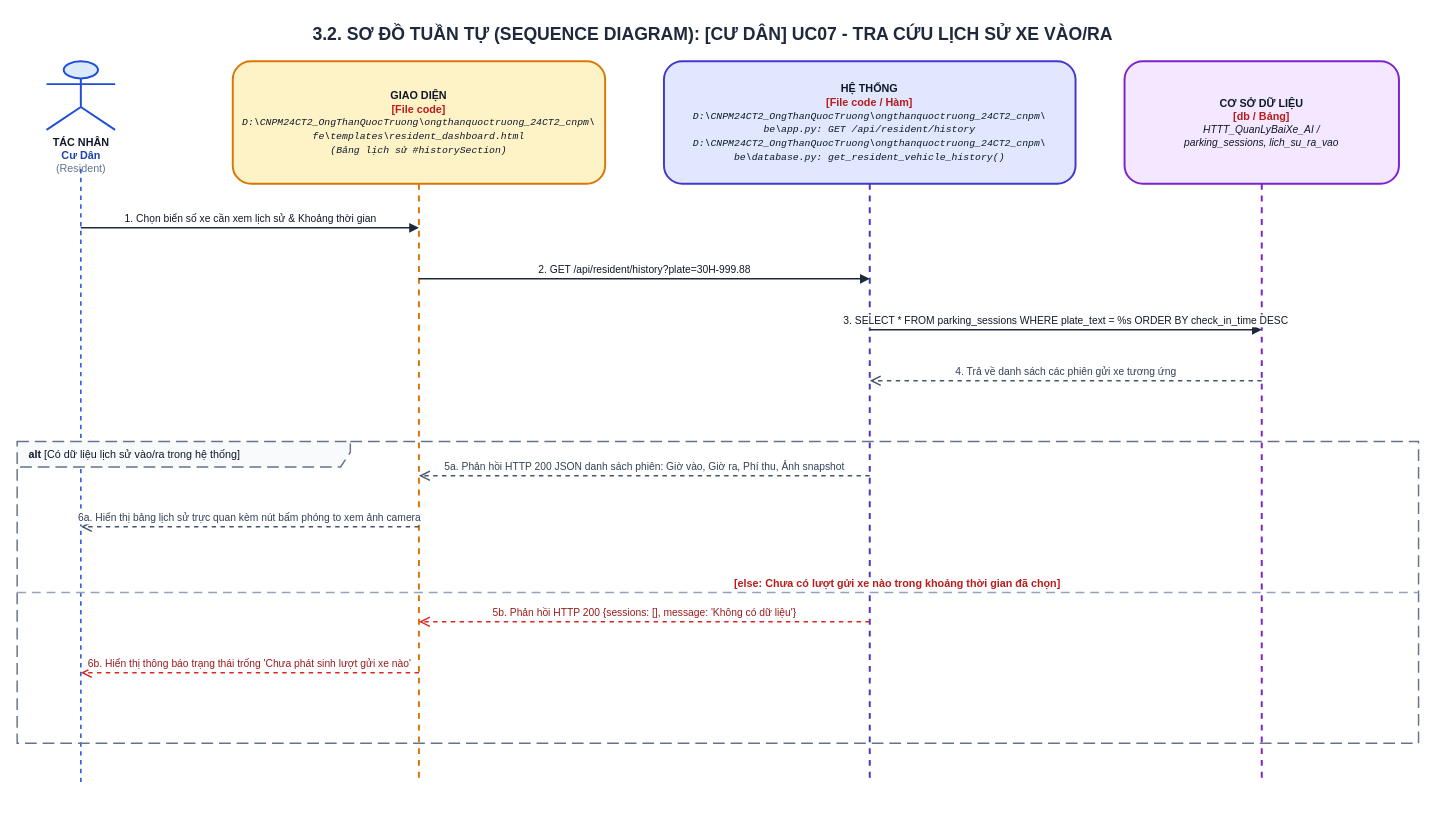
The draw.io diagram ongthanquoctruong_24CT2_cnpm/docs/drawio/uc07_resident_history.drawio in Truong027/CNPM24, before the edit. Source tidied: cells renumbered, new cells numbered last; positions are measured from the earlier drawing's top-left corner, leaving out a move shared by most shapes. Both pictures are drawn from the tidied source at 98%, with x=0, y=0 at pixel (17, 17).
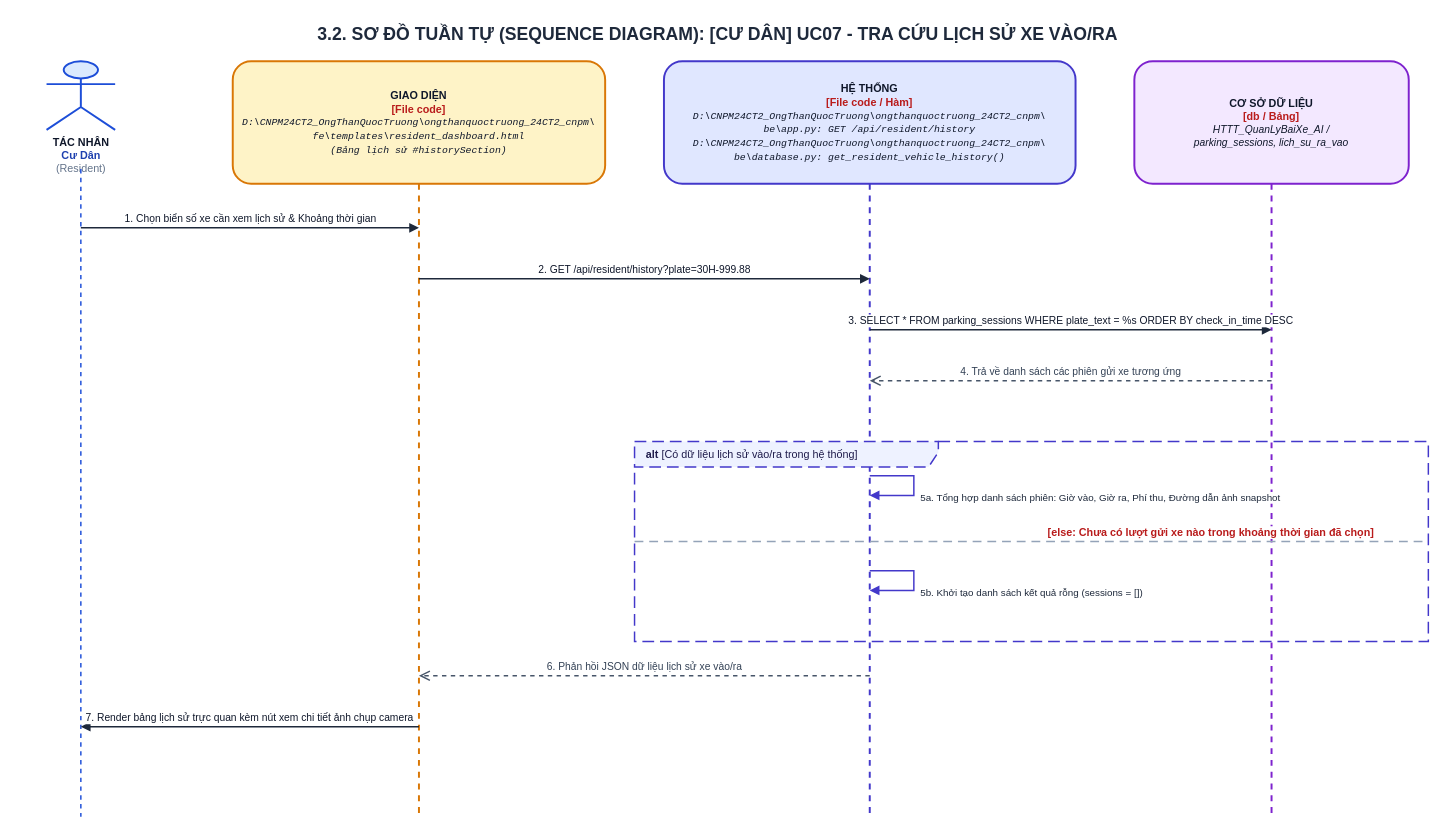
The same diagram, later.

Diff of the diagram source:
```diff
@@
     <mxCell id="2" value="&lt;b&gt;3.2. SƠ ĐỒ TUẦN TỰ (SEQUENCE DIAGRAM): [CƯ DÂN] UC07 - TRA CỨU LỊCH SỬ XE VÀO/RA&lt;/b&gt;" style="text;html=1;strokeColor=none;fillColor=none;align=center;verticalAlign=middle;whiteSpace=wrap;rounded=0;fontSize=18;fontColor=#1E293B;fontStyle=1;" parent="1" vertex="1">
-      <mxGeometry width="1420" height="35" as="geometry" />
+      <mxGeometry width="1430" height="35" as="geometry" />
     </mxCell>
@@
     <mxCell id="4" style="endArrow=none;dashed=1;html=1;strokeWidth=1.5;strokeColor=#1D4ED8;" parent="1" edge="1">
       <mxGeometry relative="1" as="geometry">
         <mxPoint x="65" y="155" as="sourcePoint" />
-        <mxPoint x="65" y="781" as="targetPoint" />
+        <mxPoint x="65" y="816" as="targetPoint" />
       </mxGeometry>
     </mxCell>
     <mxCell id="5" value="&lt;b&gt;GIAO DIỆN&lt;/b&gt;&lt;br/&gt;&lt;font color='#B91C1C'&gt;&lt;b&gt;[File code]&lt;/b&gt;&lt;/font&gt;&lt;br/&gt;&lt;font style='font-size: 10px; font-family: Consolas, monospace;'&gt;&lt;i&gt;D:\CNPM24CT2_OngThanQuocTruong\ongthanquoctruong_24CT2_cnpm\&lt;br/&gt;fe\templates\resident_dashboard.html&lt;br/&gt;(Bảng lịch sử #historySection)&lt;/i&gt;&lt;/font&gt;" style="shape=umlLifeline;perimeter=lifelinePerimeter;whiteSpace=wrap;html=1;size=125;fillColor=#FEF3C7;strokeColor=#D97706;strokeWidth=2;fontColor=#0F172A;rounded=1;shadow=0;fontSize=11;align=center;" parent="1" vertex="1">
-      <mxGeometry x="220" y="45" width="380" height="736" as="geometry" />
+      <mxGeometry x="220" y="45" width="380" height="771" as="geometry" />
     </mxCell>
     <mxCell id="6" value="&lt;b&gt;HỆ THỐNG&lt;/b&gt;&lt;br/&gt;&lt;font color='#B91C1C'&gt;&lt;b&gt;[File code / Hàm]&lt;/b&gt;&lt;/font&gt;&lt;br/&gt;&lt;font style='font-size: 10px; font-family: Consolas, monospace;'&gt;&lt;i&gt;D:\CNPM24CT2_OngThanQuocTruong\ongthanquoctruong_24CT2_cnpm\&lt;br/&gt;be\app.py: GET /api/resident/history&lt;br/&gt;D:\CNPM24CT2_OngThanQuocTruong\ongthanquoctruong_24CT2_cnpm\&lt;br/&gt;be\database.py: get_resident_vehicle_history()&lt;/i&gt;&lt;/font&gt;" style="shape=umlLifeline;perimeter=lifelinePerimeter;whiteSpace=wrap;html=1;size=125;fillColor=#E0E7FF;strokeColor=#4338CA;strokeWidth=2;fontColor=#0F172A;rounded=1;shadow=0;fontSize=11;align=center;" parent="1" vertex="1">
-      <mxGeometry x="660" y="45" width="420" height="736" as="geometry" />
+      <mxGeometry x="660" y="45" width="420" height="771" as="geometry" />
     </mxCell>
     <mxCell id="7" value="&lt;b&gt;CƠ SỞ DỮ LIỆU&lt;/b&gt;&lt;br/&gt;&lt;font color='#B91C1C'&gt;&lt;b&gt;[db / Bảng]&lt;/b&gt;&lt;/font&gt;&lt;br/&gt;&lt;font style='font-size: 10.5px;'&gt;&lt;i&gt;HTTT_QuanLyBaiXe_AI /&lt;br/&gt;parking_sessions, lich_su_ra_vao&lt;/i&gt;&lt;/font&gt;" style="shape=umlLifeline;perimeter=lifelinePerimeter;whiteSpace=wrap;html=1;size=125;fillColor=#F3E8FF;strokeColor=#7E22CE;strokeWidth=2;fontColor=#0F172A;rounded=1;shadow=0;fontSize=11;align=center;" parent="1" vertex="1">
-      <mxGeometry x="1130" y="45" width="280" height="736" as="geometry" />
+      <mxGeometry x="1140" y="45" width="280" height="771" as="geometry" />
     </mxCell>
@@
     <mxCell id="10" value="3. SELECT * FROM parking_sessions WHERE plate_text = %s ORDER BY check_in_time DESC" style="html=1;verticalAlign=bottom;endArrow=block;rounded=0;strokeColor=#1E293B;strokeWidth=1.5;fontColor=#0F172A;fontSize=10.5;" parent="1" edge="1">
       <mxGeometry relative="1" as="geometry">
         <mxPoint x="870" y="319" as="sourcePoint" />
-        <mxPoint x="1270" y="319" as="targetPoint" />
+        <mxPoint x="1280" y="319" as="targetPoint" />
       </mxGeometry>
     </mxCell>
     <mxCell id="11" value="4. Trả về danh sách các phiên gửi xe tương ứng" style="html=1;verticalAlign=bottom;endArrow=open;dashed=1;endSize=8;rounded=0;strokeColor=#475569;strokeWidth=1.5;fontColor=#334155;fontSize=10.5;" parent="1" edge="1">
       <mxGeometry relative="1" as="geometry">
-        <mxPoint x="1270" y="371" as="sourcePoint" />
+        <mxPoint x="1280" y="371" as="sourcePoint" />
         <mxPoint x="870" y="371" as="targetPoint" />
       </mxGeometry>
     </mxCell>
-    <mxCell id="12" value="&lt;b&gt;alt&lt;/b&gt; [Có dữ liệu lịch sử vào/ra trong hệ thống]" style="shape=umlFrame;whiteSpace=wrap;html=1;width=340;height=26;dashed=1;dashPattern=8 4;strokeColor=#64748B;fillColor=#F8FAFC;strokeWidth=1.5;align=left;spacingLeft=10;verticalAlign=top;fontStyle=0;fontSize=11;fontColor=#0F172A;" parent="1" vertex="1">
-      <mxGeometry y="433" width="1430" height="308" as="geometry" />
+    <mxCell id="12" value="&lt;b&gt;alt&lt;/b&gt; [Có dữ liệu lịch sử vào/ra trong hệ thống]" style="shape=umlFrame;whiteSpace=wrap;html=1;width=310;height=26;dashed=1;dashPattern=8 4;strokeColor=#4338CA;fillColor=#EEF2FF;strokeWidth=1.5;align=left;spacingLeft=10;verticalAlign=top;fontStyle=0;fontSize=11;fontColor=#1E1B4B;" parent="1" vertex="1">
+      <mxGeometry x="630" y="433" width="810" height="204" as="geometry" />
     </mxCell>
-    <mxCell id="13" value="5a. Phản hồi HTTP 200 JSON danh sách phiên: Giờ vào, Giờ ra, Phí thu, Ảnh snapshot" style="html=1;verticalAlign=bottom;endArrow=open;dashed=1;endSize=8;rounded=0;strokeColor=#475569;strokeWidth=1.5;fontColor=#334155;fontSize=10.5;" parent="1" edge="1">
+    <mxCell id="13" value="5a. Tổng hợp danh sách phiên: Giờ vào, Giờ ra, Phí thu, Đường dẫn ảnh snapshot" style="html=1;align=left;spacingLeft=5;verticalAlign=top;endArrow=block;rounded=0;edgeStyle=orthogonalEdgeStyle;curved=0;strokeColor=#4338CA;strokeWidth=1.5;fontColor=#1E293B;fontSize=10;" parent="1" edge="1">
       <mxGeometry relative="1" as="geometry">
         <mxPoint x="870" y="468" as="sourcePoint" />
-        <mxPoint x="410" y="468" as="targetPoint" />
+        <mxPoint x="870" y="488" as="targetPoint" />
+        <Array as="points">
+          <mxPoint x="915" y="468" />
+          <mxPoint x="915" y="488" />
+        </Array>
       </mxGeometry>
     </mxCell>
-    <mxCell id="14" value="6a. Hiển thị bảng lịch sử trực quan kèm nút bấm phóng to xem ảnh camera" style="html=1;verticalAlign=bottom;endArrow=open;dashed=1;endSize=8;rounded=0;strokeColor=#475569;strokeWidth=1.5;fontColor=#334155;fontSize=10.5;" parent="1" edge="1">
-      <mxGeometry relative="1" as="geometry">
-        <mxPoint x="410" y="520" as="sourcePoint" />
-        <mxPoint x="65" y="520" as="targetPoint" />
-      </mxGeometry>
-    </mxCell>
     <mxCell id="15" value="&lt;b&gt;[else: Chưa có lượt gửi xe nào trong khoảng thời gian đã chọn]&lt;/b&gt;" style="html=1;strokeWidth=1.5;strokeColor=#94A3B8;dashed=1;dashPattern=6 4;endArrow=none;align=left;verticalAlign=bottom;spacingLeft=15;fontColor=#B91C1C;fontSize=11;fontStyle=0;" parent="1" edge="1">
       <mxGeometry relative="1" as="geometry">
-        <mxPoint y="587" as="sourcePoint" />
-        <mxPoint x="1430" y="587" as="targetPoint" />
+        <mxPoint x="630" y="535" as="sourcePoint" />
+        <mxPoint x="1440" y="535" as="targetPoint" />
       </mxGeometry>
     </mxCell>
-    <mxCell id="16" value="5b. Phản hồi HTTP 200 {sessions: [], message: 'Không có dữ liệu'}" style="html=1;verticalAlign=bottom;endArrow=open;dashed=1;endSize=8;rounded=0;strokeColor=#DC2626;strokeWidth=1.5;fontColor=#991B1B;fontSize=10.5;" parent="1" edge="1">
+    <mxCell id="16" value="5b. Khởi tạo danh sách kết quả rỗng (sessions = [])" style="html=1;align=left;spacingLeft=5;verticalAlign=top;endArrow=block;rounded=0;edgeStyle=orthogonalEdgeStyle;curved=0;strokeColor=#4338CA;strokeWidth=1.5;fontColor=#1E293B;fontSize=10;" parent="1" edge="1">
       <mxGeometry relative="1" as="geometry">
-        <mxPoint x="870" y="617" as="sourcePoint" />
-        <mxPoint x="410" y="617" as="targetPoint" />
+        <mxPoint x="870" y="565" as="sourcePoint" />
+        <mxPoint x="870" y="585" as="targetPoint" />
+        <Array as="points">
+          <mxPoint x="915" y="565" />
+          <mxPoint x="915" y="585" />
+        </Array>
       </mxGeometry>
     </mxCell>
-    <mxCell id="17" value="6b. Hiển thị thông báo trạng thái trống 'Chưa phát sinh lượt gửi xe nào'" style="html=1;verticalAlign=bottom;endArrow=open;dashed=1;endSize=8;rounded=0;strokeColor=#DC2626;strokeWidth=1.5;fontColor=#991B1B;fontSize=10.5;" parent="1" edge="1">
-      <mxGeometry relative="1" as="geometry">
-        <mxPoint x="410" y="669" as="sourcePoint" />
-        <mxPoint x="65" y="669" as="targetPoint" />
-      </mxGeometry>
-    </mxCell>
+    <mxCell id="18" value="6. Phản hồi JSON dữ liệu lịch sử xe vào/ra" style="html=1;verticalAlign=bottom;endArrow=open;dashed=1;endSize=8;rounded=0;strokeColor=#475569;strokeWidth=1.5;fontColor=#334155;fontSize=10.5;" parent="1" edge="1">
+      <mxGeometry relative="1" as="geometry">
+        <mxPoint x="870" y="672" as="sourcePoint" />
+        <mxPoint x="410" y="672" as="targetPoint" />
+      </mxGeometry>
+    </mxCell>
+    <mxCell id="19" value="7. Render bảng lịch sử trực quan kèm nút xem chi tiết ảnh chụp camera" style="html=1;verticalAlign=bottom;endArrow=block;rounded=0;strokeColor=#1E293B;strokeWidth=1.5;fontColor=#0F172A;fontSize=10.5;" parent="1" edge="1">
+      <mxGeometry relative="1" as="geometry">
+        <mxPoint x="410" y="724" as="sourcePoint" />
+        <mxPoint x="65" y="724" as="targetPoint" />
+      </mxGeometry>
+    </mxCell>
```
